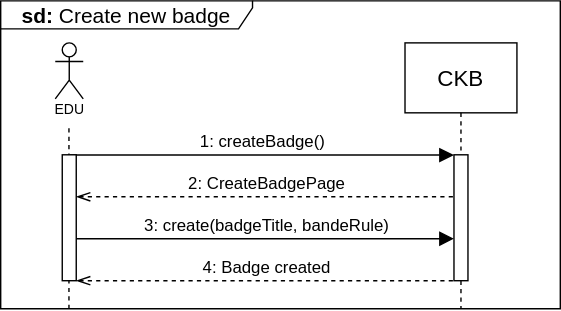
pontig/sw-eng-2-PasiniPontiggiaStasi keeps this draw.io diagram as RASD/images/sequence_diagrams/.svg/Create_New_Badge.svg. Above is the earlier version. Source tidied: cells renumbered, new cells last; positions are measured from the earlier drawing's top-left corner, leaving out a move shared by most shapes. Its diagram source:
```xml
<mxGraphModel>
  <root>
    <mxCell id="0" />
    <mxCell id="1" parent="0" />
    <mxCell id="2" style="endArrow=none;html=1;rounded=0;fontSize=12;startSize=8;endSize=8;curved=1;dashed=1;" parent="1" edge="1">
      <mxGeometry relative="1" as="geometry">
        <mxPoint x="48.8" y="220" as="sourcePoint" />
        <mxPoint x="48.8" y="90" as="targetPoint" />
      </mxGeometry>
    </mxCell>
    <mxCell id="3" value="CKB" style="shape=umlLifeline;perimeter=lifelinePerimeter;whiteSpace=wrap;html=1;newEdgeStyle={&quot;edgeStyle&quot;:&quot;elbowEdgeStyle&quot;,&quot;elbow&quot;:&quot;vertical&quot;,&quot;curved&quot;:0,&quot;rounded&quot;:0};fontSize=16;size=50;" parent="1" vertex="1">
      <mxGeometry x="289" y="30" width="80" height="190" as="geometry" />
    </mxCell>
    <mxCell id="4" style="html=1;points=[[0,0,0,0,5],[0,1,0,0,-5],[1,0,0,0,5],[1,1,0,0,-5]];perimeter=orthogonalPerimeter;outlineConnect=0;targetShapes=umlLifeline;portConstraint=eastwest;newEdgeStyle={&quot;curved&quot;:0,&quot;rounded&quot;:0};fontSize=16;" parent="3" vertex="1">
      <mxGeometry x="35" y="80" width="10" height="90" as="geometry" />
    </mxCell>
    <mxCell id="5" style="shape=umlActor;verticalLabelPosition=bottom;verticalAlign=top;html=1;fontSize=16;" parent="1" vertex="1">
      <mxGeometry x="39" y="30" width="20" height="40" as="geometry" />
    </mxCell>
    <mxCell id="6" value="&lt;font style=&quot;font-size: 10px;&quot;&gt;EDU&lt;/font&gt;" style="text;html=1;align=center;verticalAlign=middle;strokeColor=none;fillColor=none;fontSize=16;" parent="1" vertex="1">
      <mxGeometry x="29" y="60" width="40" height="30" as="geometry" />
    </mxCell>
    <mxCell id="7" value="1: createBadge()" style="html=1;verticalAlign=bottom;endArrow=block;curved=0;rounded=0;fontSize=12;startSize=8;endSize=8;exitX=0.563;exitY=0.002;exitDx=0;exitDy=0;exitPerimeter=0;" parent="1" edge="1" source="11" target="4">
      <mxGeometry x="0.01" relative="1" as="geometry" />
    </mxCell>
    <mxCell id="8" value="&lt;font style=&quot;font-size: 15px;&quot;&gt;&lt;b&gt;sd:&lt;/b&gt;&amp;nbsp;Create new badge&lt;/font&gt;" style="shape=umlFrame;whiteSpace=wrap;html=1;fontSize=16;width=180;height=20;" parent="1" vertex="1">
      <mxGeometry width="400" height="220" as="geometry" />
    </mxCell>
    <mxCell id="9" value="2: CreateBadgePage" style="html=1;verticalAlign=bottom;endArrow=none;curved=0;rounded=0;fontSize=12;startSize=8;endSize=8;dashed=1;startArrow=openThin;startFill=0;endFill=0;" parent="1" edge="1">
      <mxGeometry relative="1" as="geometry">
        <mxPoint x="54" y="140" as="sourcePoint" />
        <mxPoint x="324" y="140" as="targetPoint" />
        <Array as="points">
          <mxPoint x="270" y="140" />
        </Array>
      </mxGeometry>
    </mxCell>
    <mxCell id="10" style="html=1;verticalAlign=bottom;endArrow=block;curved=0;rounded=0;fontSize=12;startSize=8;endSize=8;" parent="1" edge="1" target="11">
      <mxGeometry relative="1" as="geometry">
        <mxPoint x="49" y="140" as="sourcePoint" />
      </mxGeometry>
    </mxCell>
    <mxCell id="11" style="html=1;points=[[0,0,0,0,5],[0,1,0,0,-5],[1,0,0,0,5],[1,1,0,0,-5]];perimeter=orthogonalPerimeter;outlineConnect=0;targetShapes=umlLifeline;portConstraint=eastwest;newEdgeStyle={&quot;curved&quot;:0,&quot;rounded&quot;:0};fontSize=16;" parent="1" vertex="1">
      <mxGeometry x="44" y="110" width="10" height="90" as="geometry" />
    </mxCell>
    <mxCell id="12" value="3: create(badgeTitle, bandeRule)" style="html=1;verticalAlign=bottom;endArrow=block;curved=0;rounded=0;fontSize=12;startSize=8;endSize=8;exitX=0.563;exitY=0.002;exitDx=0;exitDy=0;exitPerimeter=0;" parent="1" edge="1">
      <mxGeometry x="0.01" relative="1" as="geometry">
        <mxPoint x="54" y="170" as="sourcePoint" />
        <mxPoint x="324" y="170" as="targetPoint" />
      </mxGeometry>
    </mxCell>
    <mxCell id="13" value="4: Badge created" style="html=1;verticalAlign=bottom;endArrow=none;curved=0;rounded=0;fontSize=12;startSize=8;endSize=8;dashed=1;startArrow=openThin;startFill=0;endFill=0;" parent="1" edge="1">
      <mxGeometry relative="1" as="geometry">
        <mxPoint x="54" y="200" as="sourcePoint" />
        <mxPoint x="324" y="200" as="targetPoint" />
        <Array as="points">
          <mxPoint x="270" y="200" />
        </Array>
      </mxGeometry>
    </mxCell>
  </root>
</mxGraphModel>
```
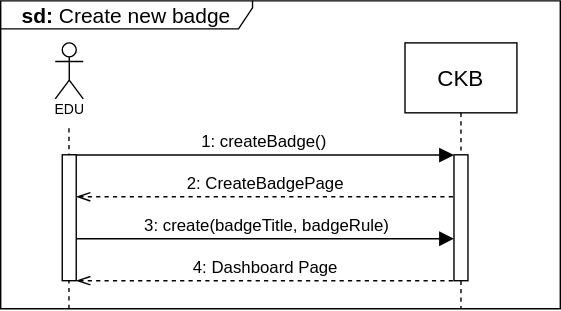
After the commit.

Diff of the diagram source:
```diff
@@ -43,13 +43,13 @@
     <mxCell id="11" style="html=1;points=[[0,0,0,0,5],[0,1,0,0,-5],[1,0,0,0,5],[1,1,0,0,-5]];perimeter=orthogonalPerimeter;outlineConnect=0;targetShapes=umlLifeline;portConstraint=eastwest;newEdgeStyle={&quot;curved&quot;:0,&quot;rounded&quot;:0};fontSize=16;" parent="1" vertex="1">
       <mxGeometry x="44" y="110" width="10" height="90" as="geometry" />
     </mxCell>
-    <mxCell id="12" value="3: create(badgeTitle, bandeRule)" style="html=1;verticalAlign=bottom;endArrow=block;curved=0;rounded=0;fontSize=12;startSize=8;endSize=8;exitX=0.563;exitY=0.002;exitDx=0;exitDy=0;exitPerimeter=0;" parent="1" edge="1">
+    <mxCell id="12" value="3: create(badgeTitle, badgeRule)" style="html=1;verticalAlign=bottom;endArrow=block;curved=0;rounded=0;fontSize=12;startSize=8;endSize=8;exitX=0.563;exitY=0.002;exitDx=0;exitDy=0;exitPerimeter=0;" parent="1" edge="1">
       <mxGeometry x="0.01" relative="1" as="geometry">
         <mxPoint x="54" y="170" as="sourcePoint" />
         <mxPoint x="324" y="170" as="targetPoint" />
       </mxGeometry>
     </mxCell>
-    <mxCell id="13" value="4: Badge created" style="html=1;verticalAlign=bottom;endArrow=none;curved=0;rounded=0;fontSize=12;startSize=8;endSize=8;dashed=1;startArrow=openThin;startFill=0;endFill=0;" parent="1" edge="1">
+    <mxCell id="13" value="4: Dashboard Page" style="html=1;verticalAlign=bottom;endArrow=none;curved=0;rounded=0;fontSize=12;startSize=8;endSize=8;dashed=1;startArrow=openThin;startFill=0;endFill=0;" parent="1" edge="1">
       <mxGeometry relative="1" as="geometry">
         <mxPoint x="54" y="200" as="sourcePoint" />
         <mxPoint x="324" y="200" as="targetPoint" />
```
